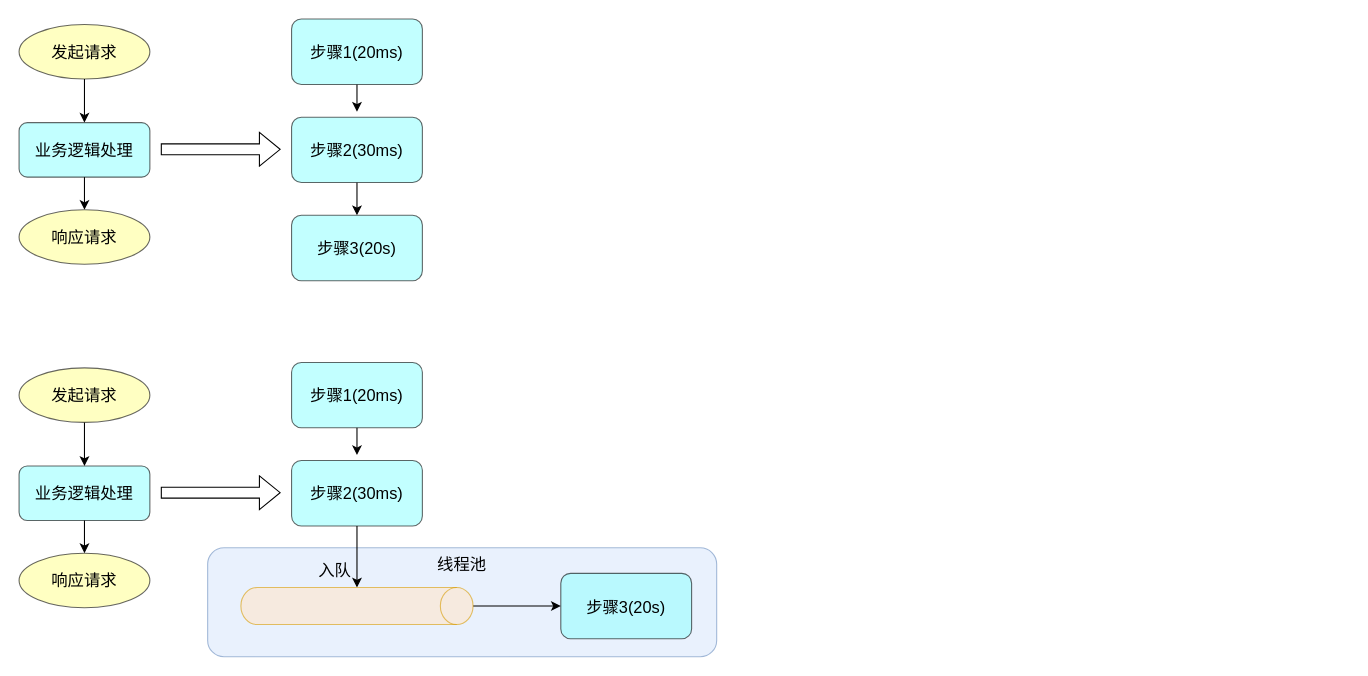
This is page "第 1 页" (1 of 2) of docs/txz-note/z-其他资源/线程池.drawio from txz1006/txz1006.github.io, a draw.io file, before an edit. Source tidied: cells renumbered, new cells numbered last; positions are measured from the earlier drawing's top-left corner, leaving out a move shared by most shapes. Both pictures are drawn from the tidied source at 109%, with x=0, y=0 at pixel (19, 19).
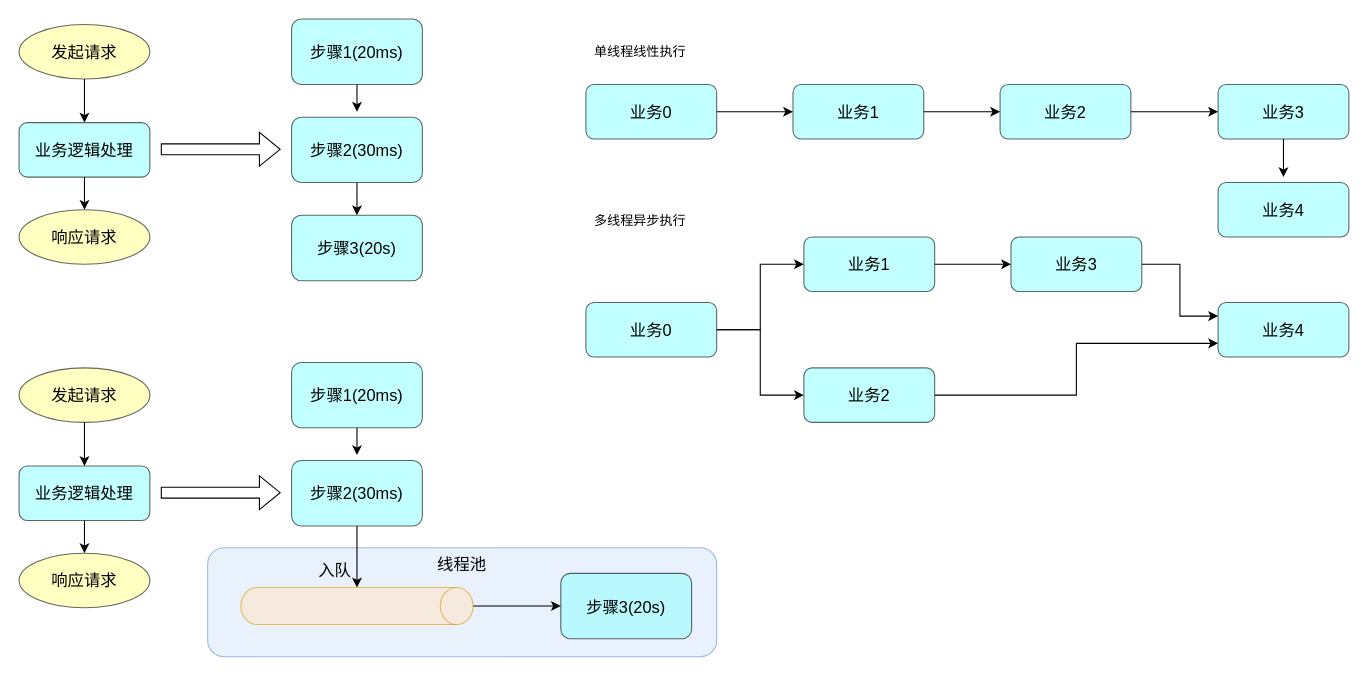
The same page after the edit.

Change to the diagram source:
```diff
@@
+    <mxCell id="28" style="edgeStyle=orthogonalEdgeStyle;rounded=0;jettySize=auto;html=1;" parent="1" edge="1" source="29" target="31">
+      <mxGeometry relative="1" as="geometry" />
+    </mxCell>
+    <mxCell id="29" value="业务0" style="rounded=1;whiteSpace=wrap;html=1;fontSize=15;fillColor=#99FFFF;opacity=60;" parent="1" vertex="1">
+      <mxGeometry x="520" y="60" width="120" height="50" as="geometry" />
+    </mxCell>
+    <mxCell id="30" style="edgeStyle=orthogonalEdgeStyle;rounded=0;jettySize=auto;html=1;" parent="1" edge="1" source="31" target="33">
+      <mxGeometry relative="1" as="geometry" />
+    </mxCell>
+    <mxCell id="31" value="业务1" style="rounded=1;whiteSpace=wrap;html=1;fontSize=15;fillColor=#99FFFF;opacity=60;" parent="1" vertex="1">
+      <mxGeometry x="710" y="60" width="120" height="50" as="geometry" />
+    </mxCell>
+    <mxCell id="32" style="edgeStyle=orthogonalEdgeStyle;rounded=0;jettySize=auto;html=1;" parent="1" edge="1" source="33" target="35">
+      <mxGeometry relative="1" as="geometry" />
+    </mxCell>
+    <mxCell id="33" value="业务2" style="rounded=1;whiteSpace=wrap;html=1;fontSize=15;fillColor=#99FFFF;opacity=60;" parent="1" vertex="1">
+      <mxGeometry x="900" y="60" width="120" height="50" as="geometry" />
+    </mxCell>
+    <mxCell id="34" style="edgeStyle=orthogonalEdgeStyle;rounded=0;jettySize=auto;html=1;exitX=0.5;exitY=1;exitDx=0;exitDy=0;" parent="1" edge="1" source="35">
+      <mxGeometry relative="1" as="geometry">
+        <mxPoint x="1160" y="145" as="targetPoint" />
+      </mxGeometry>
+    </mxCell>
+    <mxCell id="35" value="业务3" style="rounded=1;whiteSpace=wrap;html=1;fontSize=15;fillColor=#99FFFF;opacity=60;" parent="1" vertex="1">
+      <mxGeometry x="1100" y="60" width="120" height="50" as="geometry" />
+    </mxCell>
+    <mxCell id="36" style="edgeStyle=orthogonalEdgeStyle;rounded=0;jettySize=auto;html=1;exitX=1;exitY=0.5;exitDx=0;exitDy=0;entryX=0;entryY=0.5;entryDx=0;entryDy=0;" parent="1" edge="1" source="38" target="40">
+      <mxGeometry relative="1" as="geometry" />
+    </mxCell>
+    <mxCell id="37" style="edgeStyle=orthogonalEdgeStyle;rounded=0;jettySize=auto;html=1;exitX=1;exitY=0.5;exitDx=0;exitDy=0;entryX=0;entryY=0.5;entryDx=0;entryDy=0;" parent="1" edge="1" source="38" target="42">
+      <mxGeometry relative="1" as="geometry" />
+    </mxCell>
+    <mxCell id="38" value="业务0" style="rounded=1;whiteSpace=wrap;html=1;fontSize=15;fillColor=#99FFFF;opacity=60;" parent="1" vertex="1">
+      <mxGeometry x="520" y="260" width="120" height="50" as="geometry" />
+    </mxCell>
+    <mxCell id="39" style="edgeStyle=orthogonalEdgeStyle;rounded=0;jettySize=auto;html=1;exitX=1;exitY=0.5;exitDx=0;exitDy=0;entryX=0;entryY=0.5;entryDx=0;entryDy=0;" parent="1" edge="1" source="40" target="44">
+      <mxGeometry relative="1" as="geometry" />
+    </mxCell>
+    <mxCell id="40" value="业务1" style="rounded=1;whiteSpace=wrap;html=1;fontSize=15;fillColor=#99FFFF;opacity=60;" parent="1" vertex="1">
+      <mxGeometry x="720" y="200" width="120" height="50" as="geometry" />
+    </mxCell>
+    <mxCell id="41" style="edgeStyle=orthogonalEdgeStyle;rounded=0;jettySize=auto;html=1;exitX=1;exitY=0.5;exitDx=0;exitDy=0;entryX=0;entryY=0.75;entryDx=0;entryDy=0;" parent="1" edge="1" source="42" target="45">
+      <mxGeometry relative="1" as="geometry" />
+    </mxCell>
+    <mxCell id="42" value="业务2" style="rounded=1;whiteSpace=wrap;html=1;fontSize=15;fillColor=#99FFFF;opacity=60;" parent="1" vertex="1">
+      <mxGeometry x="720" y="320" width="120" height="50" as="geometry" />
+    </mxCell>
+    <mxCell id="43" style="edgeStyle=orthogonalEdgeStyle;rounded=0;jettySize=auto;html=1;exitX=1;exitY=0.5;exitDx=0;exitDy=0;entryX=0;entryY=0.25;entryDx=0;entryDy=0;" parent="1" edge="1" source="44" target="45">
+      <mxGeometry relative="1" as="geometry" />
+    </mxCell>
+    <mxCell id="44" value="业务3" style="rounded=1;whiteSpace=wrap;html=1;fontSize=15;fillColor=#99FFFF;opacity=60;" parent="1" vertex="1">
+      <mxGeometry x="910" y="200" width="120" height="50" as="geometry" />
+    </mxCell>
+    <mxCell id="45" value="业务4" style="rounded=1;whiteSpace=wrap;html=1;fontSize=15;fillColor=#99FFFF;opacity=60;" parent="1" vertex="1">
+      <mxGeometry x="1100" y="260" width="120" height="50" as="geometry" />
+    </mxCell>
+    <mxCell id="46" value="单线程线性执行" style="text;html=1;strokeColor=none;fillColor=none;align=center;verticalAlign=middle;whiteSpace=wrap;rounded=0;" parent="1" vertex="1">
+      <mxGeometry x="510" y="15" width="120" height="30" as="geometry" />
+    </mxCell>
+    <mxCell id="47" value="多线程异步执行" style="text;html=1;strokeColor=none;fillColor=none;align=center;verticalAlign=middle;whiteSpace=wrap;rounded=0;" parent="1" vertex="1">
+      <mxGeometry x="510" y="170" width="120" height="30" as="geometry" />
+    </mxCell>
+    <mxCell id="48" value="业务4" style="rounded=1;whiteSpace=wrap;html=1;fontSize=15;fillColor=#99FFFF;opacity=60;" parent="1" vertex="1">
+      <mxGeometry x="1100" y="150" width="120" height="50" as="geometry" />
+    </mxCell>
```
